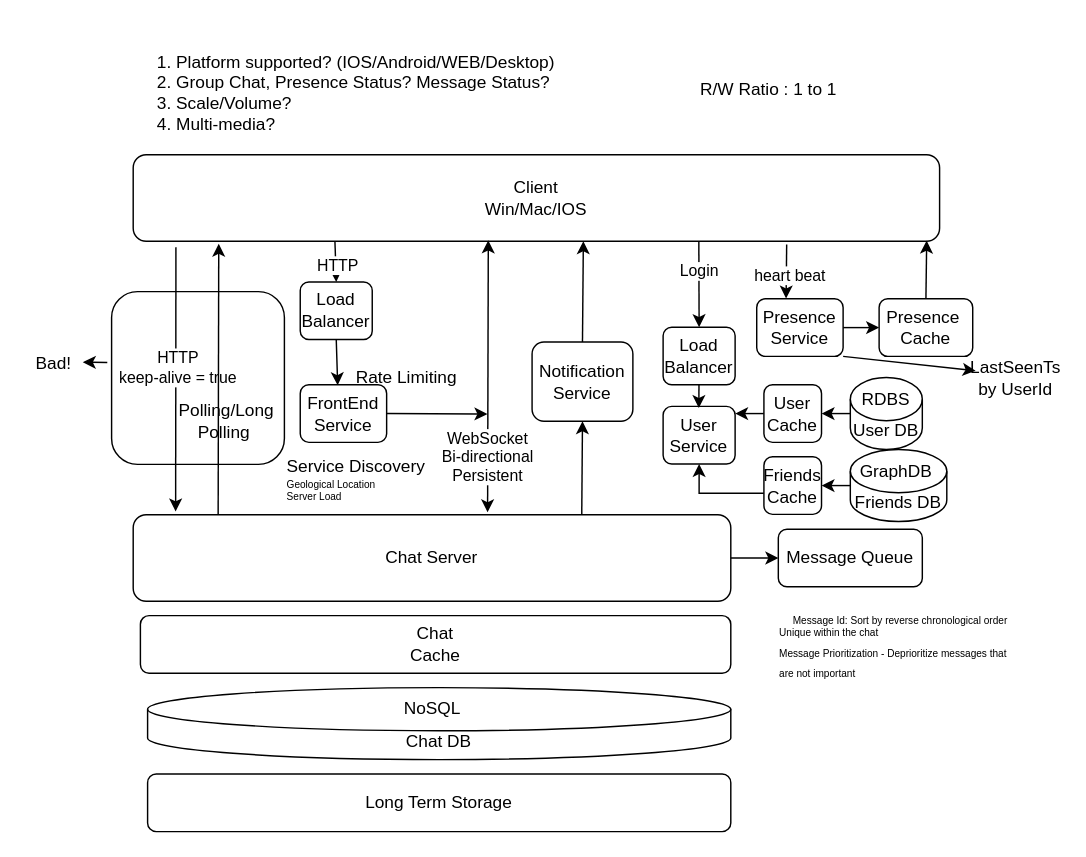
The draw.io diagram 10_Chat.drawio in xwq172677170/SysdDiagram, before the edit. Source tidied: cells renumbered, new cells numbered last; positions are measured from the earlier drawing's top-left corner, leaving out a move shared by most shapes. Both pictures are drawn from the tidied source at 144%, with x=0, y=0 at pixel (24, 24).
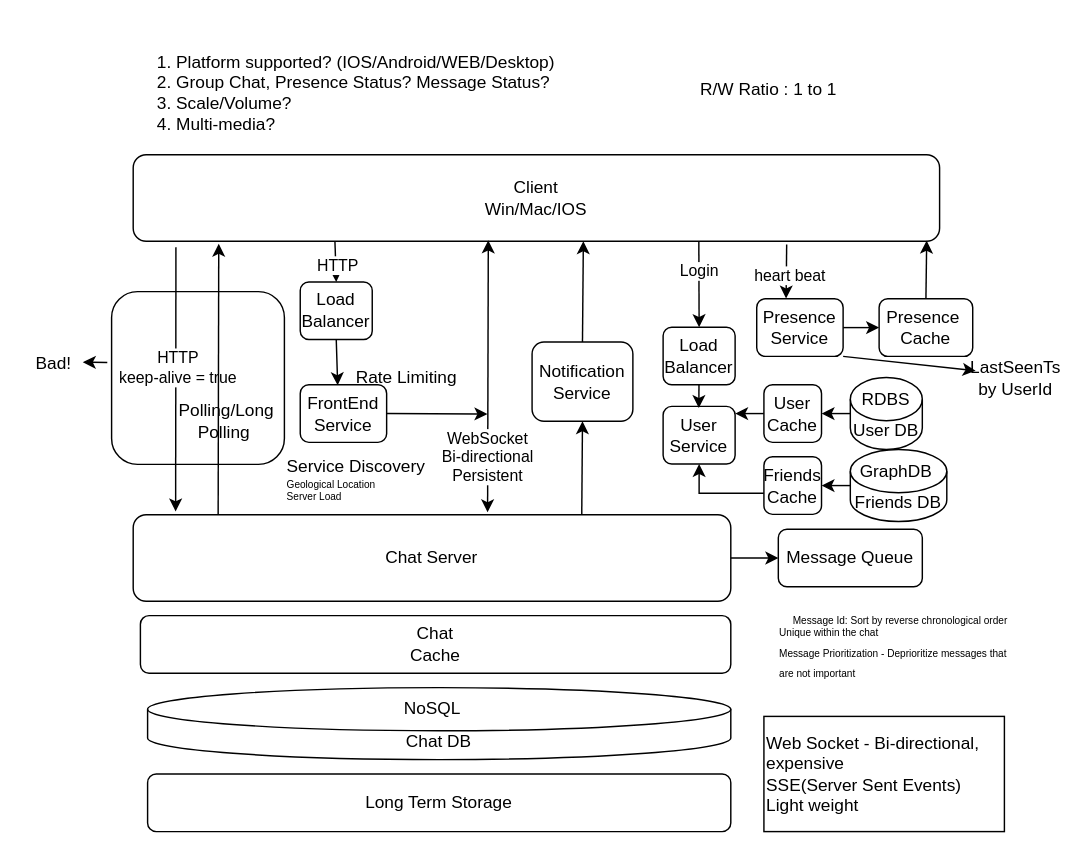
Above is the later version.

What changed in the source:
```diff
@@
+    <mxCell id="56" value="Web Socket - Bi-directional, expensive&lt;br&gt;SSE(Server Sent Events)&lt;br&gt;Light weight" style="rounded=0;whiteSpace=wrap;html=1;align=left;" parent="1" vertex="1">
+      <mxGeometry x="513" y="480" width="167" height="80" as="geometry" />
+    </mxCell>
```
